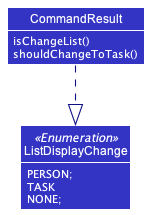
The PlantUML diagram docs/images/ViewElderlyClassDiagram.png in tsy24/tp, before a commit. Its diagram source:
```plantuml
@startuml
!include style.puml
skinparam arrowThickness 1.1
skinparam arrowColor LOGIC_COLOR_T4
skinparam classBackgroundColor LOGIC_COLOR
show members
hide empty members

Class CommandResult {
    <color:White>isChangeList()
    <color:White>shouldChangeToTask()

}
Enum ListDisplayChange <<Enumeration>> {
    <color:White>PERSON;
    <color:White>TASK
    <color:White>NONE;
}

CommandResult ..|> ListDisplayChange


@enduml
```
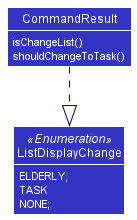
After the change.

Diff of the diagram source:
```diff
@@ -12,7 +12,7 @@
 
 }
 Enum ListDisplayChange <<Enumeration>> {
-    <color:White>PERSON;
+    <color:White>ELDERLY;
     <color:White>TASK
     <color:White>NONE;
 }
```
